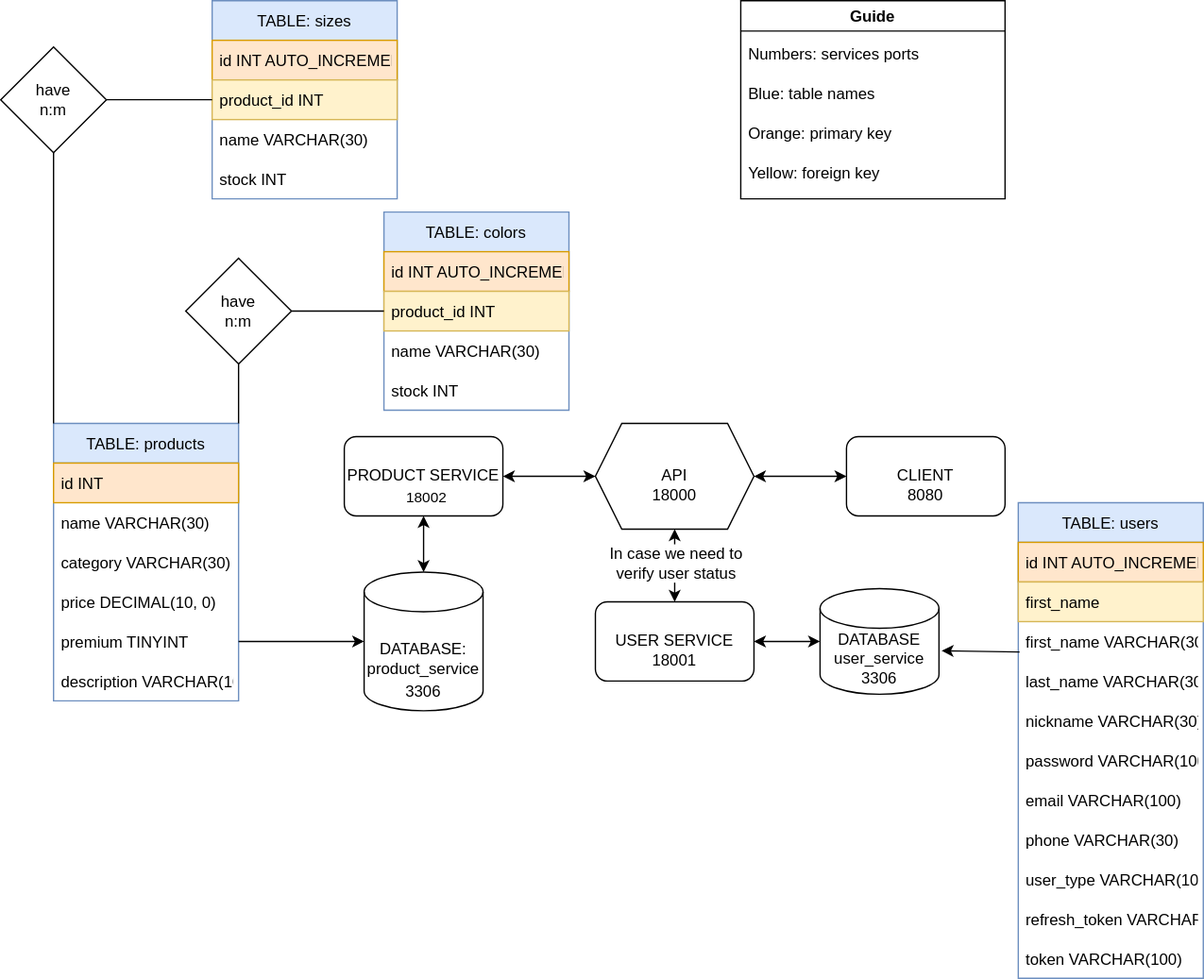
realfranser/fullstack-toolbox keeps this draw.io diagram as assets/fullstack-toolbox-flows.drawio.svg. Above is the earlier version. Source tidied: cells renumbered, new cells last; positions are measured from the earlier drawing's top-left corner, leaving out a move shared by most shapes.
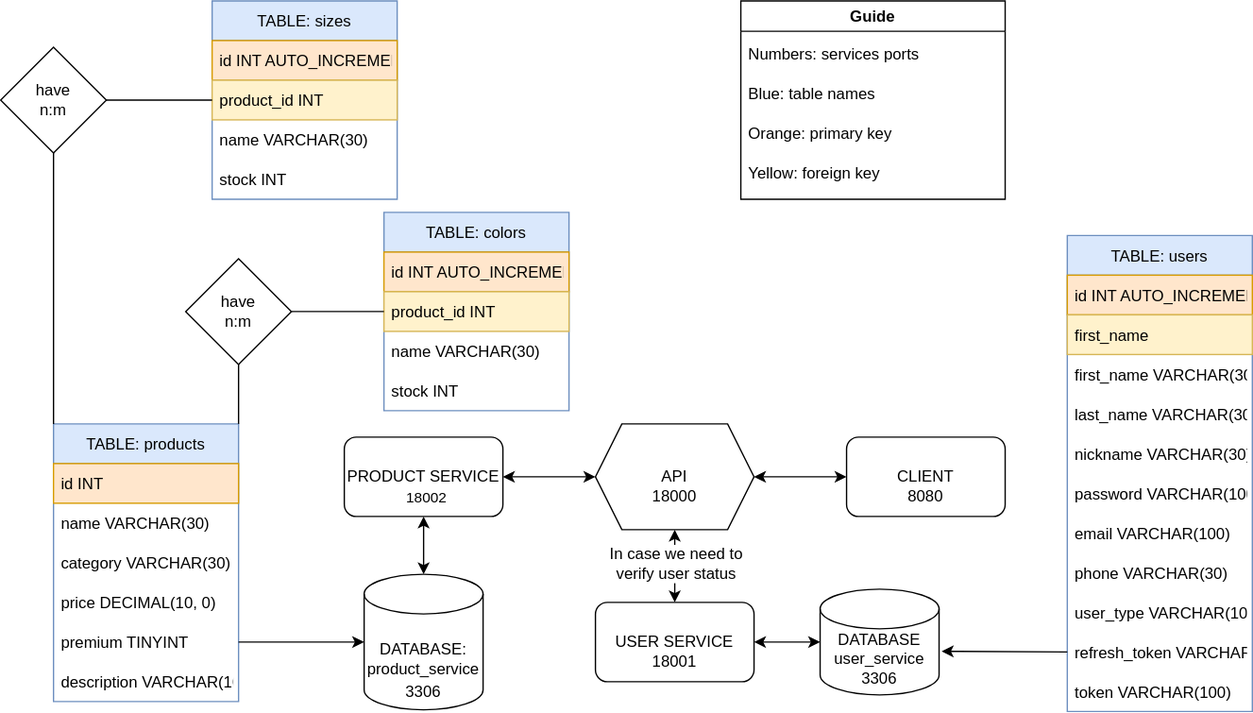
Above is the later version.

The edit, as a diff of the source:
```diff
@@ -52,7 +52,7 @@
       <mxGeometry x="450" y="455" width="120" height="60" as="geometry" />
     </mxCell>
     <mxCell id="17" value="DATABASE:&lt;br&gt;product_service" style="shape=cylinder3;whiteSpace=wrap;html=1;boundedLbl=1;backgroundOutline=1;size=15;fontSize=12;" parent="1" vertex="1">
-      <mxGeometry x="275" y="432.5" width="90" height="105" as="geometry" />
+      <mxGeometry x="275" y="433.8" width="90" height="102.5" as="geometry" />
     </mxCell>
     <mxCell id="18" value="3306" style="text;html=1;strokeColor=none;fillColor=none;align=center;verticalAlign=middle;whiteSpace=wrap;rounded=0;fontSize=12;" parent="1" vertex="1">
       <mxGeometry x="290" y="507.5" width="60" height="30" as="geometry" />
@@ -147,7 +147,7 @@
       <mxGeometry x="620" y="445" width="90" height="80" as="geometry" />
     </mxCell>
     <mxCell id="48" value="TABLE: users" style="swimlane;fontStyle=0;horizontal=1;startSize=30;fillColor=#dae8fc;strokeColor=#6c8ebf;" parent="1" vertex="1">
-      <mxGeometry x="770" y="380" width="140" height="360" as="geometry" />
+      <mxGeometry x="807" y="177.5" width="140" height="360" as="geometry" />
     </mxCell>
     <mxCell id="49" value="id INT AUTO_INCREMENT" style="text;strokeColor=#d79b00;fillColor=#ffe6cc;align=left;verticalAlign=middle;spacingLeft=4;spacingRight=4;overflow=hidden;" parent="48" vertex="1">
       <mxGeometry y="30" width="140" height="30" as="geometry" />
@@ -182,7 +182,7 @@
     <mxCell id="59" value="token VARCHAR(100)" style="text;strokeColor=none;fillColor=none;align=left;verticalAlign=middle;spacingLeft=4;spacingRight=4;overflow=hidden;" parent="48" vertex="1">
       <mxGeometry y="330" width="140" height="30" as="geometry" />
     </mxCell>
-    <mxCell id="60" style="endArrow=classic;html=1;rounded=0;exitX=0.007;exitY=0.767;exitDx=0;exitDy=0;entryX=1.022;entryY=0.588;entryDx=0;entryDy=0;entryPerimeter=0;exitPerimeter=0;" parent="1" edge="1" source="51" target="47">
+    <mxCell id="60" style="endArrow=classic;html=1;rounded=0;exitX=0;exitY=0.5;exitDx=0;exitDy=0;entryX=1.022;entryY=0.588;entryDx=0;entryDy=0;entryPerimeter=0;" parent="1" edge="1" source="58" target="47">
       <mxGeometry relative="1" as="geometry" />
     </mxCell>
   </root>
```
